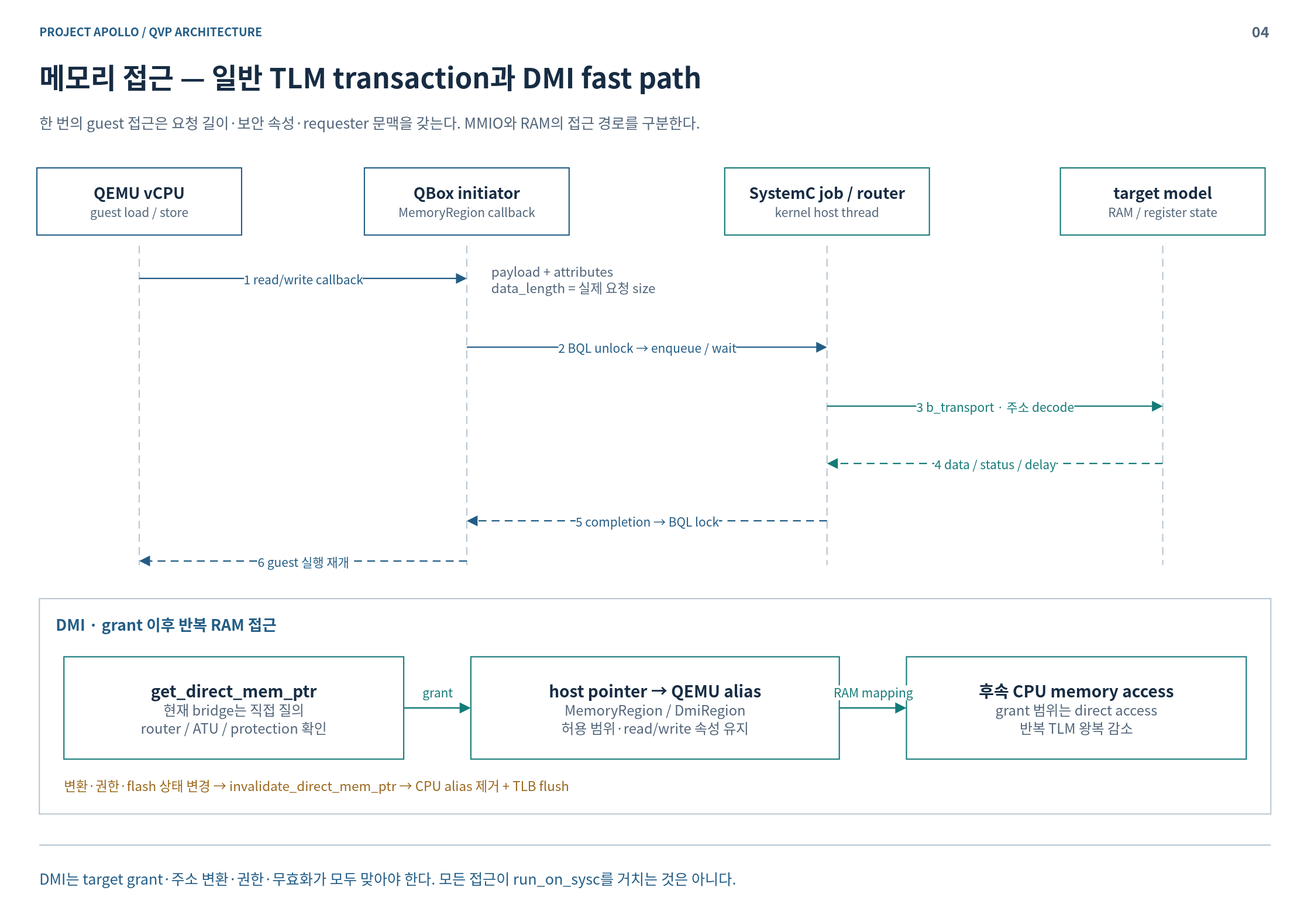
This is doc/phase1/qbox/diagrams/04-mmio-dmi.drawio.svg from cometzero/project-apollo, a draw.io export, as it was before one commit. Source tidied: cells renumbered, new cells last; positions are measured from the earlier drawing's top-left corner, leaving out a move shared by most shapes.
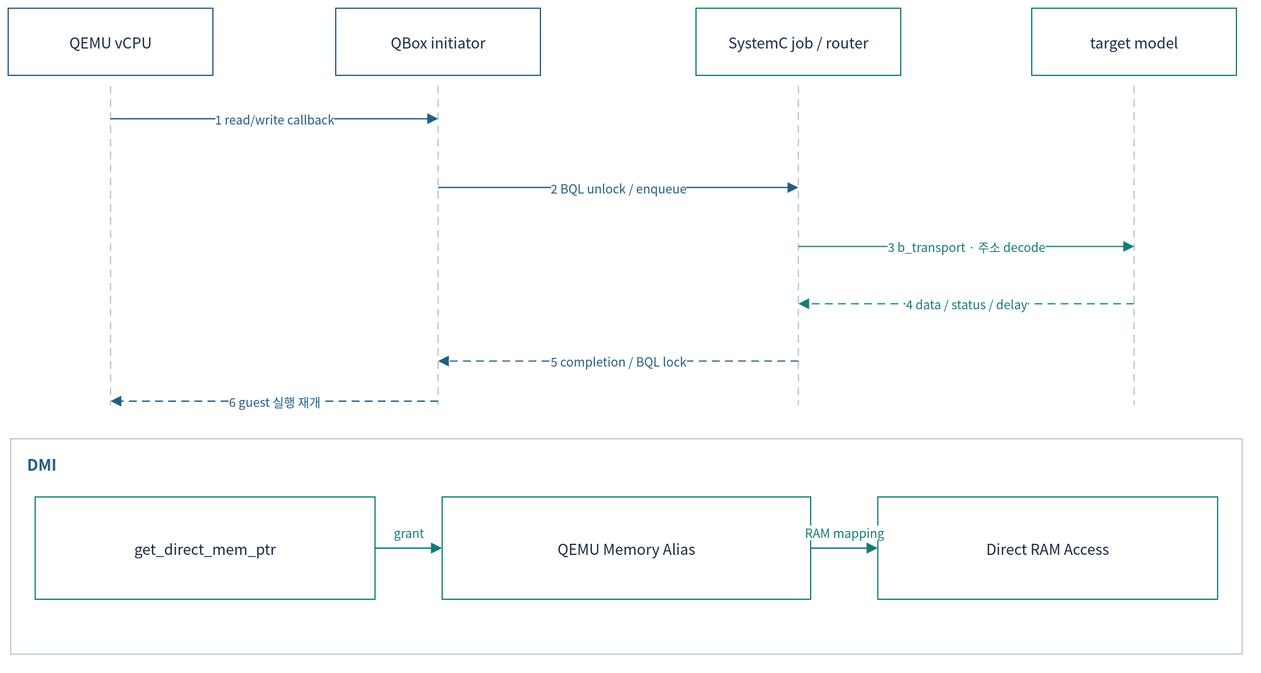
The same diagram one commit later.

The edit, as a diff of the source:
```diff
@@ -2,31 +2,7 @@
   <root>
     <mxCell id="0" />
     <mxCell id="1" parent="0" />
-    <mxCell id="2" style="rounded=0;whiteSpace=wrap;html=1;fillColor=#FFFFFF;strokeColor=none;strokeWidth=1.5;fontColor=#172C43;fontFamily=Noto Sans CJK KR;fontSize=18;spacing=14;" parent="1" vertex="1">
-      <mxGeometry width="1600" height="1120" as="geometry" />
-    </mxCell>
-    <mxCell id="3" value="PROJECT APOLLO  /  QVP ARCHITECTURE" style="rounded=0;whiteSpace=wrap;html=1;fillColor=#FFFFFF;strokeColor=none;strokeWidth=1.5;fontColor=#172C43;fontFamily=Noto Sans CJK KR;fontSize=18;spacing=14;fillColor=none;align=left;verticalAlign=middle;spacing=0;fontSize=14;fontColor=#235D86;fontStyle=1;" parent="1" vertex="1">
-      <mxGeometry x="48" y="26" width="1400" height="24" as="geometry" />
-    </mxCell>
-    <mxCell id="4" value="04" style="rounded=0;whiteSpace=wrap;html=1;fillColor=#FFFFFF;strokeColor=none;strokeWidth=1.5;fontColor=#172C43;fontFamily=Noto Sans CJK KR;fontSize=18;spacing=14;fillColor=none;align=right;verticalAlign=middle;spacing=0;fontSize=18;fontColor=#52657A;fontStyle=1;" parent="1" vertex="1">
-      <mxGeometry x="1485" y="23" width="65" height="30" as="geometry" />
-    </mxCell>
-    <mxCell id="5" value="메모리 접근 — 일반 TLM transaction과 DMI fast path" style="rounded=0;whiteSpace=wrap;html=1;fillColor=#FFFFFF;strokeColor=none;strokeWidth=1.5;fontColor=#172C43;fontFamily=Noto Sans CJK KR;fontSize=18;spacing=14;fillColor=none;align=left;verticalAlign=middle;spacing=0;fontSize=34;fontColor=#172C43;fontStyle=1;" parent="1" vertex="1">
-      <mxGeometry x="48" y="67" width="1504" height="54" as="geometry" />
-    </mxCell>
-    <mxCell id="6" value="한 번의 guest 접근은 요청 길이·보안 속성·requester 문맥을 갖는다. MMIO와 RAM의 접근 경로를 구분한다." style="rounded=0;whiteSpace=wrap;html=1;fillColor=#FFFFFF;strokeColor=none;strokeWidth=1.5;fontColor=#172C43;fontFamily=Noto Sans CJK KR;fontSize=18;spacing=14;fillColor=none;align=left;verticalAlign=middle;spacing=0;fontSize=18;fontColor=#52657A;" parent="1" vertex="1">
-      <mxGeometry x="48" y="127" width="1504" height="44" as="geometry" />
-    </mxCell>
-    <mxCell id="7" style="html=1;rounded=0;edgeStyle=none;endArrow=none;endSize=9;strokeColor=#BAC7D3;strokeWidth=1.6;fontColor=#BAC7D3;fontFamily=Noto Sans CJK KR;fontSize=15;labelBackgroundColor=#FFFFFF;" parent="1" edge="1">
-      <mxGeometry relative="1" as="geometry">
-        <mxPoint x="48" y="1032" as="sourcePoint" />
-        <mxPoint x="1552" y="1032" as="targetPoint" />
-      </mxGeometry>
-    </mxCell>
-    <mxCell id="8" value="DMI는 target grant·주소 변환·권한·무효화가 모두 맞아야 한다. 모든 접근이 run_on_sysc를 거치는 것은 아니다." style="rounded=0;whiteSpace=wrap;html=1;fillColor=#FFFFFF;strokeColor=none;strokeWidth=1.5;fontColor=#172C43;fontFamily=Noto Sans CJK KR;fontSize=18;spacing=14;fillColor=none;align=left;verticalAlign=middle;spacing=0;fontSize=18;fontColor=#235D86;" parent="1" vertex="1">
-      <mxGeometry x="48" y="1046" width="1504" height="52" as="geometry" />
-    </mxCell>
-    <mxCell id="9" value="&lt;b style=&quot;font-size:19px&quot;&gt;QEMU vCPU&lt;/b&gt;&lt;br&gt;&lt;font color=&quot;#52657A&quot; style=&quot;font-size:15px&quot;&gt;guest load / store&lt;/font&gt;" style="rounded=0;whiteSpace=wrap;html=1;fillColor=#FFFFFF;strokeColor=#235D86;strokeWidth=1.5;fontColor=#172C43;fontFamily=Noto Sans CJK KR;fontSize=18;spacing=14;" parent="1" vertex="1">
+    <mxCell id="9" value="QEMU vCPU" style="rounded=0;whiteSpace=wrap;html=1;fillColor=#FFFFFF;strokeColor=#235D86;strokeWidth=1.5;fontColor=#172C43;fontFamily=Noto Sans CJK KR;fontSize=18;spacing=14;" parent="1" vertex="1">
       <mxGeometry x="45" y="205" width="250" height="82" as="geometry" />
     </mxCell>
     <mxCell id="10" style="html=1;rounded=0;edgeStyle=none;endArrow=none;endSize=9;strokeColor=#BAC7D3;strokeWidth=1.6;fontColor=#BAC7D3;fontFamily=Noto Sans CJK KR;fontSize=15;labelBackgroundColor=#FFFFFF;dashed=1;dashPattern=6 4;" parent="1" edge="1">
@@ -35,7 +11,7 @@
         <mxPoint x="170" y="690" as="targetPoint" />
       </mxGeometry>
     </mxCell>
-    <mxCell id="11" value="&lt;b style=&quot;font-size:19px&quot;&gt;QBox initiator&lt;/b&gt;&lt;br&gt;&lt;font color=&quot;#52657A&quot; style=&quot;font-size:15px&quot;&gt;MemoryRegion callback&lt;/font&gt;" style="rounded=0;whiteSpace=wrap;html=1;fillColor=#FFFFFF;strokeColor=#235D86;strokeWidth=1.5;fontColor=#172C43;fontFamily=Noto Sans CJK KR;fontSize=18;spacing=14;" parent="1" vertex="1">
+    <mxCell id="11" value="QBox initiator" style="rounded=0;whiteSpace=wrap;html=1;fillColor=#FFFFFF;strokeColor=#235D86;strokeWidth=1.5;fontColor=#172C43;fontFamily=Noto Sans CJK KR;fontSize=18;spacing=14;" parent="1" vertex="1">
       <mxGeometry x="445" y="205" width="250" height="82" as="geometry" />
     </mxCell>
     <mxCell id="12" style="html=1;rounded=0;edgeStyle=none;endArrow=none;endSize=9;strokeColor=#BAC7D3;strokeWidth=1.6;fontColor=#BAC7D3;fontFamily=Noto Sans CJK KR;fontSize=15;labelBackgroundColor=#FFFFFF;dashed=1;dashPattern=6 4;" parent="1" edge="1">
@@ -44,7 +20,7 @@
         <mxPoint x="570" y="690" as="targetPoint" />
       </mxGeometry>
     </mxCell>
-    <mxCell id="13" value="&lt;b style=&quot;font-size:19px&quot;&gt;SystemC job / router&lt;/b&gt;&lt;br&gt;&lt;font color=&quot;#52657A&quot; style=&quot;font-size:15px&quot;&gt;kernel host thread&lt;/font&gt;" style="rounded=0;whiteSpace=wrap;html=1;fillColor=#FFFFFF;strokeColor=#147B79;strokeWidth=1.5;fontColor=#172C43;fontFamily=Noto Sans CJK KR;fontSize=18;spacing=14;" parent="1" vertex="1">
+    <mxCell id="13" value="SystemC job / router" style="rounded=0;whiteSpace=wrap;html=1;fillColor=#FFFFFF;strokeColor=#147B79;strokeWidth=1.5;fontColor=#172C43;fontFamily=Noto Sans CJK KR;fontSize=18;spacing=14;" parent="1" vertex="1">
       <mxGeometry x="885" y="205" width="250" height="82" as="geometry" />
     </mxCell>
     <mxCell id="14" style="html=1;rounded=0;edgeStyle=none;endArrow=none;endSize=9;strokeColor=#BAC7D3;strokeWidth=1.6;fontColor=#BAC7D3;fontFamily=Noto Sans CJK KR;fontSize=15;labelBackgroundColor=#FFFFFF;dashed=1;dashPattern=6 4;" parent="1" edge="1">
@@ -53,7 +29,7 @@
         <mxPoint x="1010" y="690" as="targetPoint" />
       </mxGeometry>
     </mxCell>
-    <mxCell id="15" value="&lt;b style=&quot;font-size:19px&quot;&gt;target model&lt;/b&gt;&lt;br&gt;&lt;font color=&quot;#52657A&quot; style=&quot;font-size:15px&quot;&gt;RAM / register state&lt;/font&gt;" style="rounded=0;whiteSpace=wrap;html=1;fillColor=#FFFFFF;strokeColor=#147B79;strokeWidth=1.5;fontColor=#172C43;fontFamily=Noto Sans CJK KR;fontSize=18;spacing=14;" parent="1" vertex="1">
+    <mxCell id="15" value="target model" style="rounded=0;whiteSpace=wrap;html=1;fillColor=#FFFFFF;strokeColor=#147B79;strokeWidth=1.5;fontColor=#172C43;fontFamily=Noto Sans CJK KR;fontSize=18;spacing=14;" parent="1" vertex="1">
       <mxGeometry x="1295" y="205" width="250" height="82" as="geometry" />
     </mxCell>
     <mxCell id="16" style="html=1;rounded=0;edgeStyle=none;endArrow=none;endSize=9;strokeColor=#BAC7D3;strokeWidth=1.6;fontColor=#BAC7D3;fontFamily=Noto Sans CJK KR;fontSize=15;labelBackgroundColor=#FFFFFF;dashed=1;dashPattern=6 4;" parent="1" edge="1">
@@ -68,10 +44,7 @@
         <mxPoint x="570" y="340" as="targetPoint" />
       </mxGeometry>
     </mxCell>
-    <mxCell id="18" value="payload + attributes&lt;br&gt;data_length = 실제 요청 size" style="rounded=0;whiteSpace=wrap;html=1;fillColor=#FFFFFF;strokeColor=none;strokeWidth=1.5;fontColor=#172C43;fontFamily=Noto Sans CJK KR;fontSize=18;spacing=14;fillColor=none;align=left;verticalAlign=middle;spacing=0;fontSize=16;fontColor=#52657A;" parent="1" vertex="1">
-      <mxGeometry x="600" y="310" width="370" height="62" as="geometry" />
-    </mxCell>
-    <mxCell id="19" value="2  BQL unlock → enqueue / wait" style="html=1;rounded=0;edgeStyle=none;endArrow=block;endSize=9;strokeColor=#235D86;strokeWidth=1.6;fontColor=#235D86;fontFamily=Noto Sans CJK KR;fontSize=15;labelBackgroundColor=#FFFFFF;" parent="1" edge="1">
+    <mxCell id="19" value="2  BQL unlock / enqueue" style="html=1;rounded=0;edgeStyle=none;endArrow=block;endSize=9;strokeColor=#235D86;strokeWidth=1.6;fontColor=#235D86;fontFamily=Noto Sans CJK KR;fontSize=15;labelBackgroundColor=#FFFFFF;" parent="1" edge="1">
       <mxGeometry relative="1" as="geometry">
         <mxPoint x="570" y="424" as="sourcePoint" />
         <mxPoint x="1010" y="424" as="targetPoint" />
@@ -89,7 +62,7 @@
         <mxPoint x="1010" y="566" as="targetPoint" />
       </mxGeometry>
     </mxCell>
-    <mxCell id="22" value="5  completion → BQL lock" style="html=1;rounded=0;edgeStyle=none;endArrow=block;endSize=9;strokeColor=#235D86;strokeWidth=1.6;fontColor=#235D86;fontFamily=Noto Sans CJK KR;fontSize=15;labelBackgroundColor=#FFFFFF;dashed=1;dashPattern=6 4;" parent="1" edge="1">
+    <mxCell id="22" value="5  completion / BQL lock" style="html=1;rounded=0;edgeStyle=none;endArrow=block;endSize=9;strokeColor=#235D86;strokeWidth=1.6;fontColor=#235D86;fontFamily=Noto Sans CJK KR;fontSize=15;labelBackgroundColor=#FFFFFF;dashed=1;dashPattern=6 4;" parent="1" edge="1">
       <mxGeometry relative="1" as="geometry">
         <mxPoint x="1010" y="636" as="sourcePoint" />
         <mxPoint x="570" y="636" as="targetPoint" />
@@ -104,16 +77,16 @@
     <mxCell id="24" style="rounded=0;whiteSpace=wrap;html=1;fillColor=#FFFFFF;strokeColor=#BAC7D3;strokeWidth=1.5;fontColor=#172C43;fontFamily=Noto Sans CJK KR;fontSize=18;spacing=14;" parent="1" vertex="1">
       <mxGeometry x="48" y="731" width="1504" height="263" as="geometry" />
     </mxCell>
-    <mxCell id="25" value="DMI  ·  grant 이후 반복 RAM 접근" style="rounded=0;whiteSpace=wrap;html=1;fillColor=#FFFFFF;strokeColor=none;strokeWidth=1.5;fontColor=#172C43;fontFamily=Noto Sans CJK KR;fontSize=18;spacing=14;fillColor=none;align=left;verticalAlign=middle;spacing=0;fontSize=19;fontColor=#235D86;fontStyle=1;" parent="1" vertex="1">
+    <mxCell id="25" value="DMI" style="rounded=0;whiteSpace=wrap;html=1;fillColor=#FFFFFF;strokeColor=none;strokeWidth=1.5;fontColor=#172C43;fontFamily=Noto Sans CJK KR;fontSize=18;spacing=14;fillColor=none;align=left;verticalAlign=middle;spacing=0;fontSize=19;fontColor=#235D86;fontStyle=1;" parent="1" vertex="1">
       <mxGeometry x="68" y="746" width="1464" height="32" as="geometry" />
     </mxCell>
-    <mxCell id="26" value="&lt;b style=&quot;font-size:20px&quot;&gt;get_direct_mem_ptr&lt;/b&gt;&lt;br&gt;&lt;font color=&quot;#52657A&quot; style=&quot;font-size:17px&quot;&gt;현재 bridge는 직접 질의&lt;br&gt;router / ATU / protection 확인&lt;/font&gt;" style="rounded=0;whiteSpace=wrap;html=1;fillColor=#FFFFFF;strokeColor=#147B79;strokeWidth=1.5;fontColor=#172C43;fontFamily=Noto Sans CJK KR;fontSize=18;spacing=14;" parent="1" vertex="1">
+    <mxCell id="26" value="get_direct_mem_ptr" style="rounded=0;whiteSpace=wrap;html=1;fillColor=#FFFFFF;strokeColor=#147B79;strokeWidth=1.5;fontColor=#172C43;fontFamily=Noto Sans CJK KR;fontSize=18;spacing=14;" parent="1" vertex="1">
       <mxGeometry x="78" y="802" width="415" height="125" as="geometry" />
     </mxCell>
-    <mxCell id="27" value="&lt;b style=&quot;font-size:20px&quot;&gt;host pointer → QEMU alias&lt;/b&gt;&lt;br&gt;&lt;font color=&quot;#52657A&quot; style=&quot;font-size:17px&quot;&gt;MemoryRegion / DmiRegion&lt;br&gt;허용 범위·read/write 속성 유지&lt;/font&gt;" style="rounded=0;whiteSpace=wrap;html=1;fillColor=#FFFFFF;strokeColor=#147B79;strokeWidth=1.5;fontColor=#172C43;fontFamily=Noto Sans CJK KR;fontSize=18;spacing=14;" parent="1" vertex="1">
+    <mxCell id="27" value="QEMU Memory Alias" style="rounded=0;whiteSpace=wrap;html=1;fillColor=#FFFFFF;strokeColor=#147B79;strokeWidth=1.5;fontColor=#172C43;fontFamily=Noto Sans CJK KR;fontSize=18;spacing=14;" parent="1" vertex="1">
       <mxGeometry x="575" y="802" width="450" height="125" as="geometry" />
     </mxCell>
-    <mxCell id="28" value="&lt;b style=&quot;font-size:20px&quot;&gt;후속 CPU memory access&lt;/b&gt;&lt;br&gt;&lt;font color=&quot;#52657A&quot; style=&quot;font-size:17px&quot;&gt;grant 범위는 direct access&lt;br&gt;반복 TLM 왕복 감소&lt;/font&gt;" style="rounded=0;whiteSpace=wrap;html=1;fillColor=#FFFFFF;strokeColor=#147B79;strokeWidth=1.5;fontColor=#172C43;fontFamily=Noto Sans CJK KR;fontSize=18;spacing=14;" parent="1" vertex="1">
+    <mxCell id="28" value="Direct RAM Access" style="rounded=0;whiteSpace=wrap;html=1;fillColor=#FFFFFF;strokeColor=#147B79;strokeWidth=1.5;fontColor=#172C43;fontFamily=Noto Sans CJK KR;fontSize=18;spacing=14;" parent="1" vertex="1">
       <mxGeometry x="1107" y="802" width="415" height="125" as="geometry" />
     </mxCell>
     <mxCell id="29" value="grant" style="html=1;whiteSpace=nowrap;rounded=0;edgeStyle=none;endArrow=block;endFill=1;endSize=9;strokeColor=#147B79;strokeWidth=1.8;fontColor=#147B79;fontFamily=Noto Sans CJK KR;fontSize=15;labelBackgroundColor=#FFFFFF;exitX=1;exitY=0.5;exitDx=0;exitDy=0;entryX=0;entryY=0.5;entryDx=0;entryDy=0;" parent="1" edge="1" source="26" target="27">
@@ -126,8 +99,5 @@
         <mxPoint y="-20" as="offset" />
       </mxGeometry>
     </mxCell>
-    <mxCell id="31" value="변환·권한·flash 상태 변경 → invalidate_direct_mem_ptr → CPU alias 제거 + TLB flush" style="rounded=0;whiteSpace=wrap;html=1;fillColor=#FFFFFF;strokeColor=none;strokeWidth=1.5;fontColor=#172C43;fontFamily=Noto Sans CJK KR;fontSize=18;spacing=14;fillColor=none;align=left;verticalAlign=middle;spacing=0;fontSize=16;fontColor=#9A681E;" parent="1" vertex="1">
-      <mxGeometry x="78" y="945" width="1444" height="28" as="geometry" />
-    </mxCell>
   </root>
 </mxGraphModel>
```
